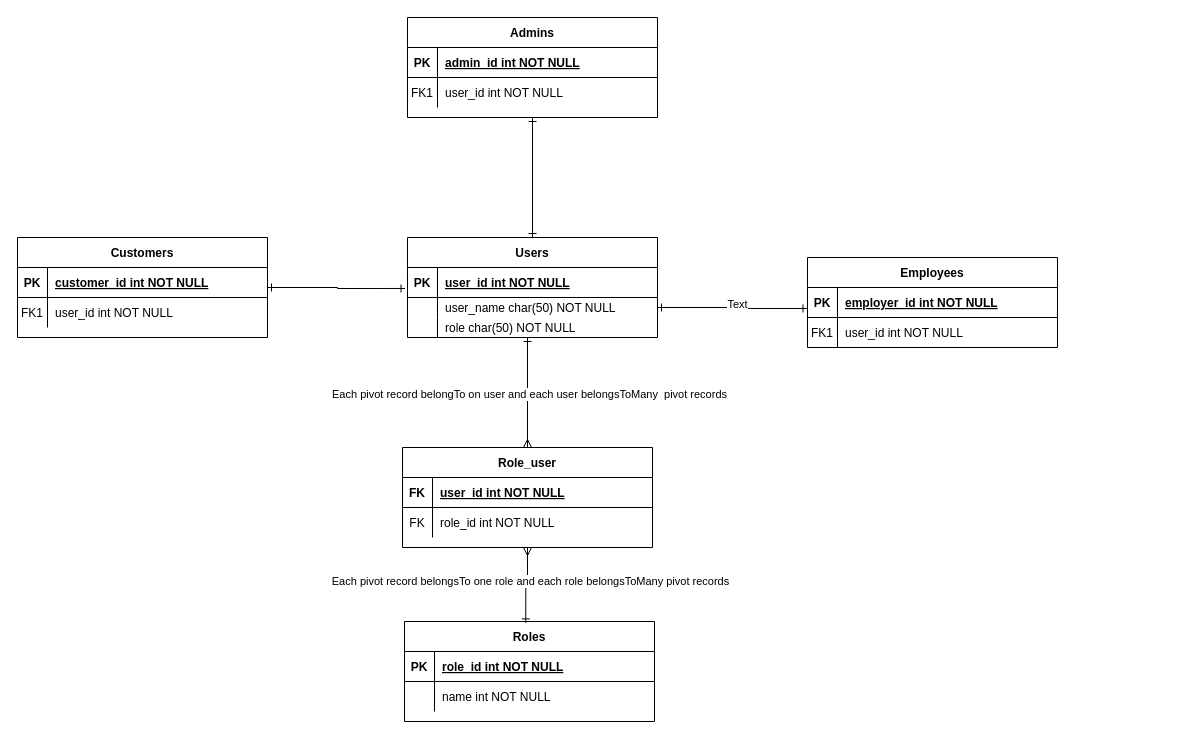
This is revan-store.drawio from Abdulla-kamal/Revan-store, a draw.io file, before an edit. Source tidied: cells renumbered, new cells numbered last; positions are measured from the earlier drawing's top-left corner, leaving out a move shared by most shapes. Both pictures are drawn from the tidied source at 100%, with x=0, y=0 at pixel (17, 17).
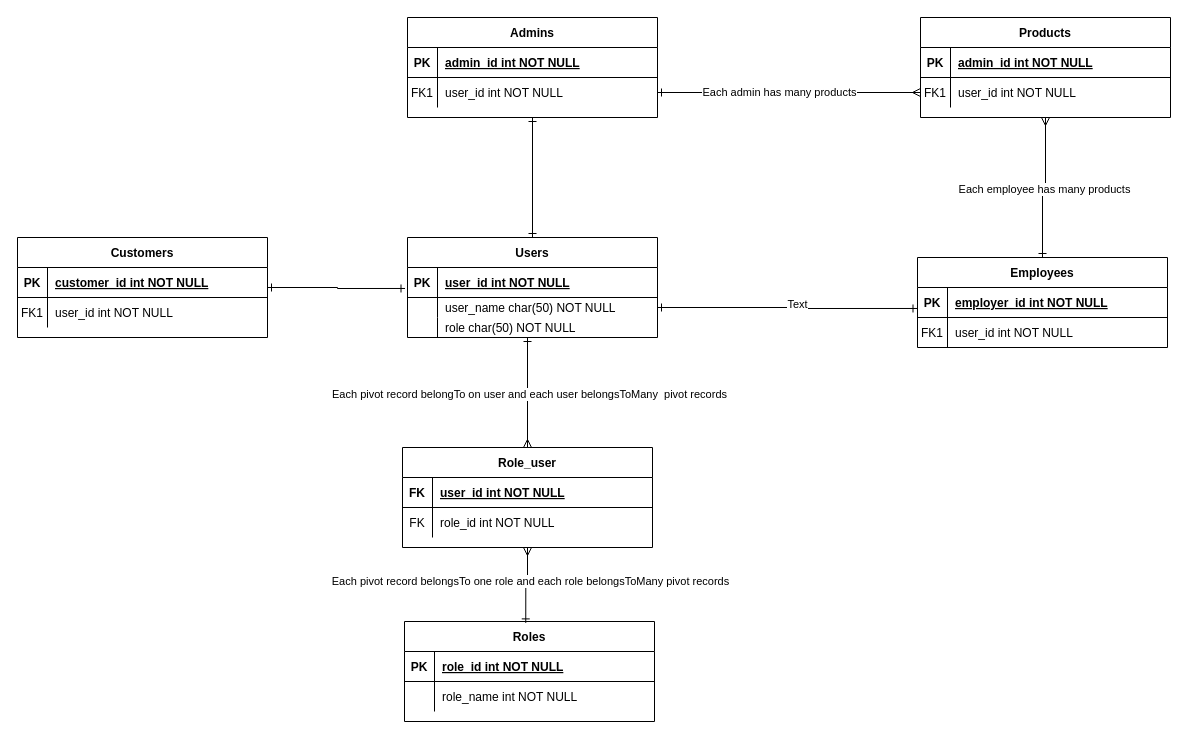
Above is the later version.

Unchanged cells that the change refers to:
```xml
<mxCell id="13" style="shape=partialRectangle;fillColor=none;top=0;left=0;right=0;bottom=0;" parent="9" vertex="1">
  <mxGeometry y="60" width="250" height="30" as="geometry" />
</mxCell>
<mxCell id="44" style="shape=partialRectangle;fillColor=none;points=[[0,0.5],[1,0.5]];portConstraint=eastwest;top=0;left=0;right=0;bottom=0;" parent="40" vertex="1">
  <mxGeometry y="60" width="250" height="30" as="geometry" />
</mxCell>
```

Change to the diagram source:
```diff
@@
+    <mxCell id="55" style="edgeStyle=orthogonalEdgeStyle;rounded=0;jettySize=auto;html=1;entryX=0.5;entryY=1;entryDx=0;entryDy=0;startArrow=ERone;startFill=0;endArrow=ERmany;endFill=0;" parent="1" edge="1" source="2" target="57">
+      <mxGeometry relative="1" as="geometry" />
+    </mxCell>
+    <mxCell id="56" value="Each employee has many products" style="edgeLabel;html=1;align=center;verticalAlign=middle;" parent="55" vertex="1">
+      <mxGeometry x="-0.04" y="-1" relative="1" as="geometry" />
+    </mxCell>
     <mxCell id="2" value="Employees" style="shape=table;startSize=30;childLayout=tableLayout;rowLines=0;fontStyle=1;align=center;" parent="1" vertex="1">
-      <mxGeometry x="790" y="240" width="250" height="90" as="geometry" />
+      <mxGeometry x="900" y="240" width="250" height="90" as="geometry" />
     </mxCell>
@@
-    <mxCell id="15" value="name int NOT NULL" style="shape=partialRectangle;overflow=hidden;fillColor=none;top=0;left=0;bottom=0;right=0;align=left;spacingLeft=6;" parent="13" vertex="1">
+    <mxCell id="15" value="role_name int NOT NULL" style="shape=partialRectangle;overflow=hidden;fillColor=none;top=0;left=0;bottom=0;right=0;align=left;spacingLeft=6;" parent="13" vertex="1">
       <mxGeometry x="30" width="220" height="30" as="geometry" />
     </mxCell>
@@
+    <mxCell id="57" value="Products" style="shape=table;startSize=30;childLayout=tableLayout;rowLines=0;fontStyle=1;align=center;" parent="1" vertex="1">
+      <mxGeometry x="903" width="250" height="100" as="geometry" />
+    </mxCell>
+    <mxCell id="58" style="shape=partialRectangle;fillColor=none;top=0;left=0;right=0;bottom=1;" parent="57" vertex="1">
+      <mxGeometry y="30" width="250" height="30" as="geometry" />
+    </mxCell>
+    <mxCell id="59" value="PK" style="shape=partialRectangle;overflow=hidden;fillColor=none;top=0;left=0;bottom=0;right=0;fontStyle=1;" parent="58" vertex="1">
+      <mxGeometry width="30" height="30" as="geometry" />
+    </mxCell>
+    <mxCell id="60" value="admin_id int NOT NULL " style="shape=partialRectangle;overflow=hidden;fillColor=none;top=0;left=0;bottom=0;right=0;align=left;spacingLeft=6;fontStyle=5;" parent="58" vertex="1">
+      <mxGeometry x="30" width="220" height="30" as="geometry" />
+    </mxCell>
+    <mxCell id="61" style="shape=partialRectangle;fillColor=none;points=[[0,0.5],[1,0.5]];portConstraint=eastwest;top=0;left=0;right=0;bottom=0;" parent="57" vertex="1">
+      <mxGeometry y="60" width="250" height="30" as="geometry" />
+    </mxCell>
+    <mxCell id="62" value="FK1" style="shape=partialRectangle;overflow=hidden;fillColor=none;top=0;left=0;bottom=0;right=0;" parent="61" vertex="1">
+      <mxGeometry width="30" height="30" as="geometry" />
+    </mxCell>
+    <mxCell id="63" value="user_id int NOT NULL" style="shape=partialRectangle;overflow=hidden;fillColor=none;top=0;left=0;bottom=0;right=0;align=left;spacingLeft=6;" parent="61" vertex="1">
+      <mxGeometry x="30" width="220" height="30" as="geometry" />
+    </mxCell>
+    <mxCell id="64" style="edgeStyle=orthogonalEdgeStyle;rounded=0;jettySize=auto;html=1;exitX=1;exitY=0.5;exitDx=0;exitDy=0;entryX=0;entryY=0.5;entryDx=0;entryDy=0;startArrow=ERone;startFill=0;endArrow=ERmany;endFill=0;" parent="1" edge="1" source="44" target="61">
+      <mxGeometry relative="1" as="geometry" />
+    </mxCell>
+    <mxCell id="65" value="Each admin has many products" style="edgeLabel;html=1;align=center;verticalAlign=middle;" parent="64" vertex="1">
+      <mxGeometry x="-0.08" y="1" relative="1" as="geometry" />
+    </mxCell>
```
